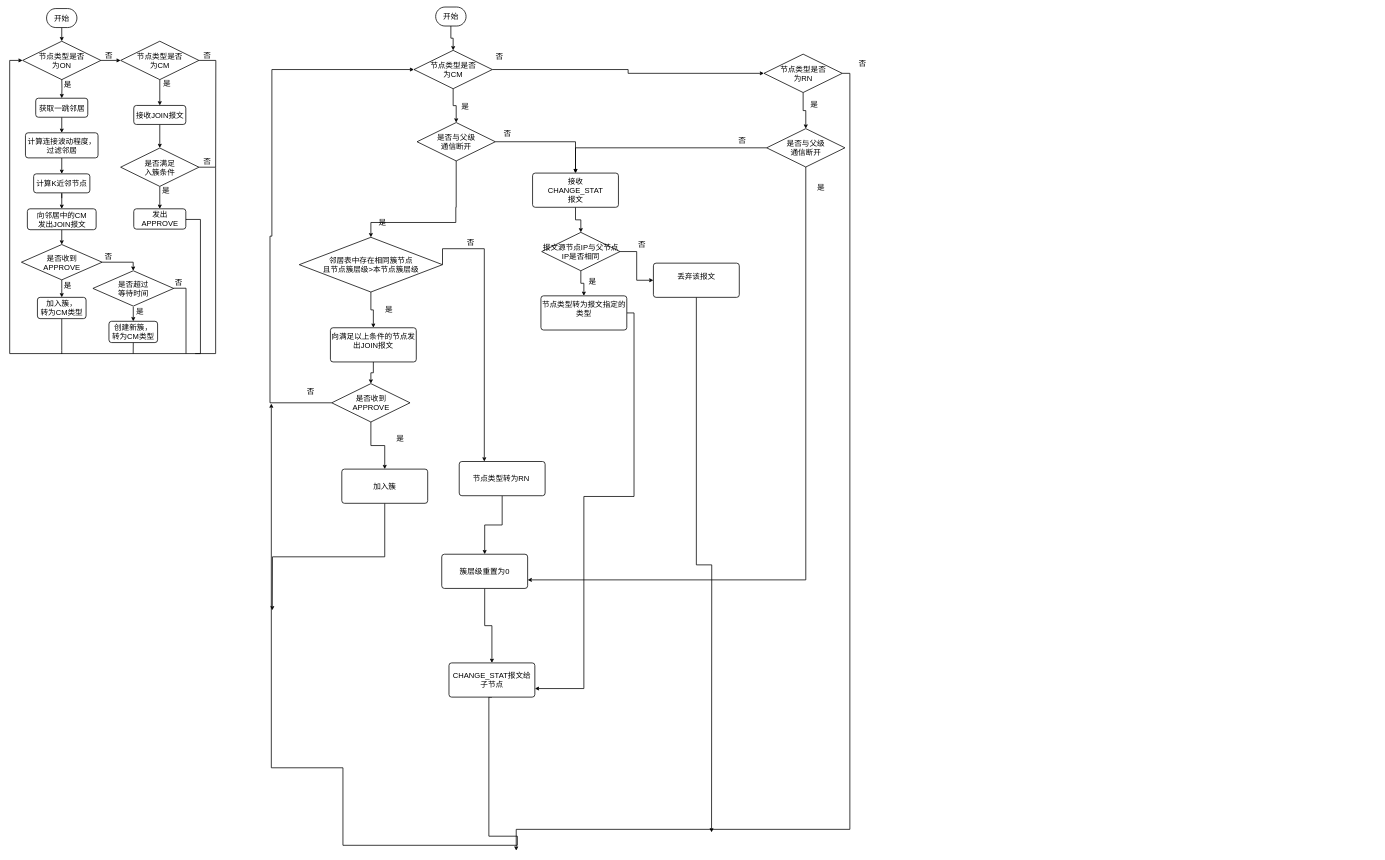
Before: cluster/SNNCA-FLOW.drawio in trevorHsu/draftChart, a draw.io diagram. Source tidied: cells renumbered, new cells numbered last; positions are measured from the earlier drawing's top-left corner, leaving out a move shared by most shapes. Both pictures are drawn from the tidied source at 38%, with x=0, y=0 at pixel (10, 7).
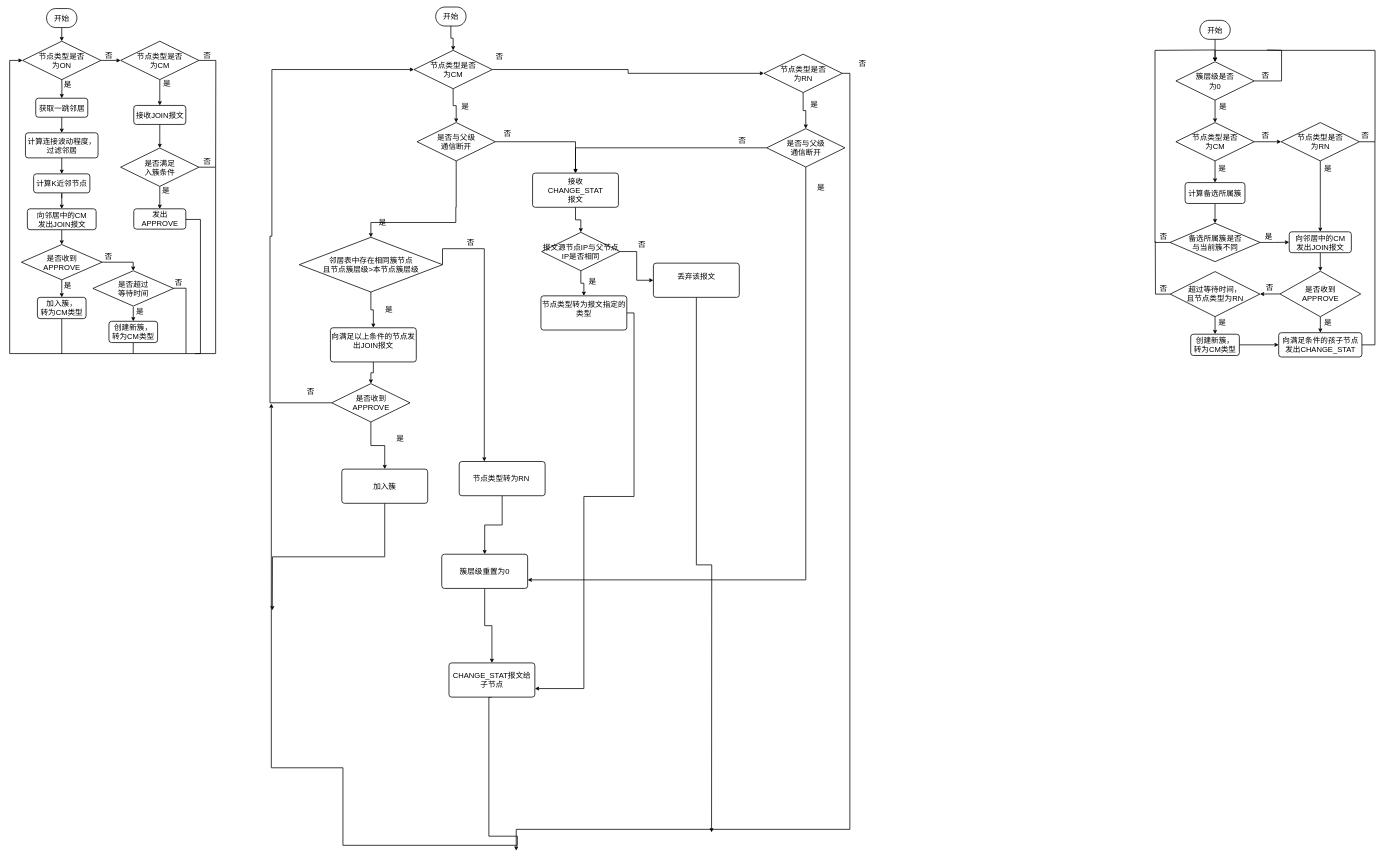
Above is the later version.

The edit, as a diff of the source:
```diff
@@
+    <mxCell id="99" style="edgeStyle=orthogonalEdgeStyle;rounded=0;jettySize=auto;html=1;exitX=0.5;exitY=1;exitDx=0;exitDy=0;exitPerimeter=0;entryX=0.5;entryY=0;entryDx=0;entryDy=0;entryPerimeter=0;strokeWidth=2;fontSize=20;endArrow=classic;endFill=1;" parent="1" edge="1" source="100" target="103">
+      <mxGeometry relative="1" as="geometry" />
+    </mxCell>
+    <mxCell id="100" value="开始" style="strokeWidth=2;html=1;shape=mxgraph.flowchart.terminator;whiteSpace=wrap;fontSize=20;" parent="1" vertex="1">
+      <mxGeometry x="3132" y="35" width="80" height="50" as="geometry" />
+    </mxCell>
+    <mxCell id="101" style="edgeStyle=orthogonalEdgeStyle;rounded=0;jettySize=auto;html=1;exitX=0.5;exitY=1;exitDx=0;exitDy=0;exitPerimeter=0;strokeWidth=2;fontSize=20;endArrow=classic;endFill=1;" parent="1" edge="1" source="103" target="106">
+      <mxGeometry relative="1" as="geometry" />
+    </mxCell>
+    <mxCell id="102" style="edgeStyle=orthogonalEdgeStyle;rounded=0;jettySize=auto;html=1;exitX=1;exitY=0.5;exitDx=0;exitDy=0;exitPerimeter=0;strokeWidth=2;fontSize=20;endArrow=none;endFill=0;" parent="1" edge="1" source="103">
+      <mxGeometry relative="1" as="geometry">
+        <mxPoint x="3309" y="113" as="targetPoint" />
+        <Array as="points">
+          <mxPoint x="3347" y="194" />
+          <mxPoint x="3347" y="114" />
+          <mxPoint x="3309" y="114" />
+        </Array>
+      </mxGeometry>
+    </mxCell>
+    <mxCell id="103" value="簇层级是否&lt;br&gt;为0" style="strokeWidth=2;html=1;shape=mxgraph.flowchart.decision;whiteSpace=wrap;fontSize=20;" parent="1" vertex="1">
+      <mxGeometry x="3069" y="144" width="206" height="101" as="geometry" />
+    </mxCell>
+    <mxCell id="104" style="edgeStyle=orthogonalEdgeStyle;rounded=0;jettySize=auto;html=1;exitX=0.5;exitY=1;exitDx=0;exitDy=0;exitPerimeter=0;entryX=0.5;entryY=0;entryDx=0;entryDy=0;strokeWidth=2;fontSize=20;endArrow=classic;endFill=1;" parent="1" edge="1" source="106" target="113">
+      <mxGeometry relative="1" as="geometry" />
+    </mxCell>
+    <mxCell id="105" style="edgeStyle=orthogonalEdgeStyle;rounded=0;jettySize=auto;html=1;exitX=1;exitY=0.5;exitDx=0;exitDy=0;exitPerimeter=0;entryX=0;entryY=0.5;entryDx=0;entryDy=0;entryPerimeter=0;strokeWidth=2;fontSize=20;endArrow=classic;endFill=1;" parent="1" edge="1" source="106" target="109">
+      <mxGeometry relative="1" as="geometry" />
+    </mxCell>
+    <mxCell id="106" value="节点类型是否&lt;br&gt;为CM" style="strokeWidth=2;html=1;shape=mxgraph.flowchart.decision;whiteSpace=wrap;fontSize=20;" parent="1" vertex="1">
+      <mxGeometry x="3069" y="304" width="206" height="101" as="geometry" />
+    </mxCell>
+    <mxCell id="107" style="edgeStyle=orthogonalEdgeStyle;rounded=0;orthogonalLoop=1;jettySize=auto;html=1;exitX=1;exitY=0.5;exitDx=0;exitDy=0;exitPerimeter=0;entryX=0.5;entryY=0;entryDx=0;entryDy=0;entryPerimeter=0;strokeWidth=2;fontSize=20;endArrow=classic;endFill=1;" parent="1" edge="1">
+      <mxGeometry relative="1" as="geometry">
+        <mxPoint x="3552" y="354.5" as="sourcePoint" />
+        <mxPoint x="3172" y="144" as="targetPoint" />
+        <Array as="points">
+          <mxPoint x="3593" y="355" />
+          <mxPoint x="3593" y="114" />
+          <mxPoint x="3172" y="114" />
+        </Array>
+      </mxGeometry>
+    </mxCell>
+    <mxCell id="108" style="edgeStyle=orthogonalEdgeStyle;rounded=0;jettySize=auto;html=1;exitX=0.5;exitY=1;exitDx=0;exitDy=0;exitPerimeter=0;entryX=0.5;entryY=0;entryDx=0;entryDy=0;strokeWidth=2;fontSize=20;endArrow=classic;endFill=1;" parent="1" edge="1" source="109" target="111">
+      <mxGeometry relative="1" as="geometry" />
+    </mxCell>
+    <mxCell id="109" value="节点类型是否&lt;br&gt;为RN" style="strokeWidth=2;html=1;shape=mxgraph.flowchart.decision;whiteSpace=wrap;fontSize=20;" parent="1" vertex="1">
+      <mxGeometry x="3346" y="304" width="206" height="101" as="geometry" />
+    </mxCell>
+    <mxCell id="110" style="edgeStyle=orthogonalEdgeStyle;rounded=0;jettySize=auto;html=1;exitX=0.5;exitY=1;exitDx=0;exitDy=0;strokeWidth=2;fontSize=20;endArrow=classic;endFill=1;" parent="1" edge="1" source="111" target="119">
+      <mxGeometry relative="1" as="geometry" />
+    </mxCell>
+    <mxCell id="111" value="向邻居中的CM&lt;br style=&quot;font-size: 20px;&quot;&gt;发出JOIN报文" style="rounded=1;whiteSpace=wrap;html=1;absoluteArcSize=1;arcSize=14;strokeWidth=2;fontSize=20;" parent="1" vertex="1">
+      <mxGeometry x="3367.2" y="591.5" width="163.5" height="55" as="geometry" />
+    </mxCell>
+    <mxCell id="112" style="edgeStyle=orthogonalEdgeStyle;rounded=0;jettySize=auto;html=1;exitX=0.5;exitY=1;exitDx=0;exitDy=0;strokeWidth=2;fontSize=20;endArrow=classic;endFill=1;" parent="1" edge="1" source="113" target="116">
+      <mxGeometry relative="1" as="geometry" />
+    </mxCell>
+    <mxCell id="113" value="计算备选所属簇" style="rounded=1;whiteSpace=wrap;html=1;absoluteArcSize=1;arcSize=14;strokeWidth=2;fontSize=20;" parent="1" vertex="1">
+      <mxGeometry x="3093.2" y="462" width="157.5" height="55" as="geometry" />
+    </mxCell>
+    <mxCell id="114" style="edgeStyle=orthogonalEdgeStyle;rounded=0;jettySize=auto;html=1;exitX=1;exitY=0.5;exitDx=0;exitDy=0;exitPerimeter=0;strokeWidth=2;fontSize=20;endArrow=classic;endFill=1;entryX=0;entryY=0.5;entryDx=0;entryDy=0;" parent="1" edge="1" source="116" target="111">
+      <mxGeometry relative="1" as="geometry" />
+    </mxCell>
+    <mxCell id="115" style="edgeStyle=orthogonalEdgeStyle;rounded=0;jettySize=auto;html=1;exitX=0;exitY=0.5;exitDx=0;exitDy=0;exitPerimeter=0;strokeWidth=2;fontSize=20;endArrow=none;endFill=0;" parent="1" edge="1" source="116">
+      <mxGeometry relative="1" as="geometry">
+        <mxPoint x="3172" y="113" as="targetPoint" />
+        <Array as="points">
+          <mxPoint x="3014" y="620" />
+          <mxPoint x="3014" y="114" />
+          <mxPoint x="3172" y="114" />
+        </Array>
+      </mxGeometry>
+    </mxCell>
+    <mxCell id="116" value="备选所属簇是否&lt;br&gt;与当前簇不同" style="strokeWidth=2;html=1;shape=mxgraph.flowchart.decision;whiteSpace=wrap;fontSize=20;" parent="1" vertex="1">
+      <mxGeometry x="3053.5" y="569" width="237" height="101" as="geometry" />
+    </mxCell>
+    <mxCell id="117" style="edgeStyle=orthogonalEdgeStyle;rounded=0;jettySize=auto;html=1;strokeWidth=2;fontSize=20;endArrow=classic;endFill=1;" parent="1" edge="1" source="119" target="121">
+      <mxGeometry relative="1" as="geometry" />
+    </mxCell>
+    <mxCell id="118" style="edgeStyle=orthogonalEdgeStyle;rounded=0;jettySize=auto;html=1;exitX=0;exitY=0.5;exitDx=0;exitDy=0;exitPerimeter=0;entryX=1;entryY=0.5;entryDx=0;entryDy=0;entryPerimeter=0;strokeWidth=2;fontSize=20;endArrow=classic;endFill=1;" parent="1" edge="1" source="119" target="124">
+      <mxGeometry relative="1" as="geometry" />
+    </mxCell>
+    <mxCell id="119" value="是否收到&lt;br&gt;APPROVE" style="strokeWidth=2;html=1;shape=mxgraph.flowchart.decision;whiteSpace=wrap;fontSize=20;" parent="1" vertex="1">
+      <mxGeometry x="3342.8" y="695.2" width="212.5" height="119.8" as="geometry" />
+    </mxCell>
+    <mxCell id="120" style="edgeStyle=orthogonalEdgeStyle;rounded=0;jettySize=auto;html=1;exitX=1;exitY=0.5;exitDx=0;exitDy=0;strokeWidth=2;fontSize=20;endArrow=none;endFill=0;" parent="1" edge="1" source="121">
+      <mxGeometry relative="1" as="geometry">
+        <mxPoint x="3592.7" y="355" as="targetPoint" />
+        <Array as="points">
+          <mxPoint x="3593" y="889" />
+          <mxPoint x="3593" y="355" />
+        </Array>
+      </mxGeometry>
+    </mxCell>
+    <mxCell id="121" value="&lt;div&gt;向满足条件的孩子节点&lt;br&gt;发出CHANGE_STAT&lt;/div&gt;" style="rounded=1;whiteSpace=wrap;html=1;absoluteArcSize=1;arcSize=14;strokeWidth=2;fontSize=20;" parent="1" vertex="1">
+      <mxGeometry x="3339.5" y="857" width="219" height="64" as="geometry" />
+    </mxCell>
+    <mxCell id="122" style="edgeStyle=orthogonalEdgeStyle;rounded=0;jettySize=auto;html=1;exitX=0.5;exitY=1;exitDx=0;exitDy=0;exitPerimeter=0;strokeWidth=2;fontSize=20;endArrow=classic;endFill=1;" parent="1" edge="1" source="124" target="126">
+      <mxGeometry relative="1" as="geometry" />
+    </mxCell>
+    <mxCell id="123" style="edgeStyle=orthogonalEdgeStyle;rounded=0;jettySize=auto;html=1;exitX=0;exitY=0.5;exitDx=0;exitDy=0;exitPerimeter=0;strokeWidth=2;fontSize=20;endArrow=none;endFill=0;" parent="1" edge="1" source="124">
+      <mxGeometry relative="1" as="geometry">
+        <mxPoint x="3014.7" y="616.6" as="targetPoint" />
+      </mxGeometry>
+    </mxCell>
+    <mxCell id="124" value="超过等待时间，&lt;br&gt;且节点类型为RN" style="strokeWidth=2;html=1;shape=mxgraph.flowchart.decision;whiteSpace=wrap;fontSize=20;" parent="1" vertex="1">
+      <mxGeometry x="3054" y="696.2" width="236" height="118.5" as="geometry" />
+    </mxCell>
+    <mxCell id="125" style="edgeStyle=orthogonalEdgeStyle;rounded=0;jettySize=auto;html=1;exitX=1;exitY=0.5;exitDx=0;exitDy=0;strokeWidth=2;fontSize=20;endArrow=classic;endFill=1;" parent="1" edge="1" source="126" target="121">
+      <mxGeometry relative="1" as="geometry" />
+    </mxCell>
+    <mxCell id="126" value="创建新簇，&lt;br style=&quot;border-color: var(--border-color);&quot;&gt;转为CM类型" style="rounded=1;whiteSpace=wrap;html=1;absoluteArcSize=1;arcSize=14;strokeWidth=2;fontSize=20;" parent="1" vertex="1">
+      <mxGeometry x="3108" y="861" width="128" height="56" as="geometry" />
+    </mxCell>
+    <mxCell id="127" value="是" style="text;strokeColor=none;align=center;fillColor=none;html=1;verticalAlign=middle;whiteSpace=wrap;rounded=0;fontSize=20;" parent="1" vertex="1">
+      <mxGeometry x="3163" y="247" width="60" height="30" as="geometry" />
+    </mxCell>
+    <mxCell id="128" value="是" style="text;strokeColor=none;align=center;fillColor=none;html=1;verticalAlign=middle;whiteSpace=wrap;rounded=0;fontSize=20;" parent="1" vertex="1">
+      <mxGeometry x="3161" y="409" width="60" height="30" as="geometry" />
+    </mxCell>
+    <mxCell id="129" value="是" style="text;strokeColor=none;align=center;fillColor=none;html=1;verticalAlign=middle;whiteSpace=wrap;rounded=0;fontSize=20;" parent="1" vertex="1">
+      <mxGeometry x="3282.8" y="588.5" width="60" height="30" as="geometry" />
+    </mxCell>
+    <mxCell id="130" value="是" style="text;strokeColor=none;align=center;fillColor=none;html=1;verticalAlign=middle;whiteSpace=wrap;rounded=0;fontSize=20;" parent="1" vertex="1">
+      <mxGeometry x="3439" y="409" width="60" height="30" as="geometry" />
+    </mxCell>
+    <mxCell id="131" value="是" style="text;strokeColor=none;align=center;fillColor=none;html=1;verticalAlign=middle;whiteSpace=wrap;rounded=0;fontSize=20;" parent="1" vertex="1">
+      <mxGeometry x="3439" y="814.8" width="60" height="30" as="geometry" />
+    </mxCell>
+    <mxCell id="132" value="是" style="text;strokeColor=none;align=center;fillColor=none;html=1;verticalAlign=middle;whiteSpace=wrap;rounded=0;fontSize=20;" parent="1" vertex="1">
+      <mxGeometry x="3161" y="815" width="60" height="30" as="geometry" />
+    </mxCell>
+    <mxCell id="133" value="否" style="text;strokeColor=none;align=center;fillColor=none;html=1;verticalAlign=middle;whiteSpace=wrap;rounded=0;fontSize=20;" parent="1" vertex="1">
+      <mxGeometry x="3275" y="163" width="60" height="30" as="geometry" />
+    </mxCell>
+    <mxCell id="134" value="否" style="text;strokeColor=none;align=center;fillColor=none;html=1;verticalAlign=middle;whiteSpace=wrap;rounded=0;fontSize=20;" parent="1" vertex="1">
+      <mxGeometry x="3275" y="323" width="60" height="30" as="geometry" />
+    </mxCell>
+    <mxCell id="135" value="否" style="text;strokeColor=none;align=center;fillColor=none;html=1;verticalAlign=middle;whiteSpace=wrap;rounded=0;fontSize=20;" parent="1" vertex="1">
+      <mxGeometry x="3537" y="323" width="60" height="30" as="geometry" />
+    </mxCell>
+    <mxCell id="136" value="否" style="text;strokeColor=none;align=center;fillColor=none;html=1;verticalAlign=middle;whiteSpace=wrap;rounded=0;fontSize=20;" parent="1" vertex="1">
+      <mxGeometry x="3286" y="723" width="60" height="30" as="geometry" />
+    </mxCell>
+    <mxCell id="137" value="否" style="text;strokeColor=none;align=center;fillColor=none;html=1;verticalAlign=middle;whiteSpace=wrap;rounded=0;fontSize=20;" parent="1" vertex="1">
+      <mxGeometry x="3006" y="588.5" width="60" height="30" as="geometry" />
+    </mxCell>
+    <mxCell id="138" value="否" style="text;strokeColor=none;align=center;fillColor=none;html=1;verticalAlign=middle;whiteSpace=wrap;rounded=0;fontSize=20;" parent="1" vertex="1">
+      <mxGeometry x="3006" y="724" width="60" height="30" as="geometry" />
+    </mxCell>
```
